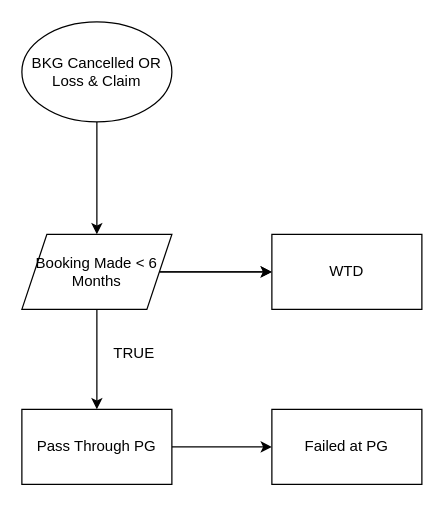
The draw.io diagram Untitled Diagram.drawio in gommtsahil/draw.io, before the edit. Source tidied: cells renumbered, new cells numbered last; positions are measured from the earlier drawing's top-left corner, leaving out a move shared by most shapes. Both pictures are drawn from the tidied source at 125%, with x=0, y=0 at pixel (21, 21).
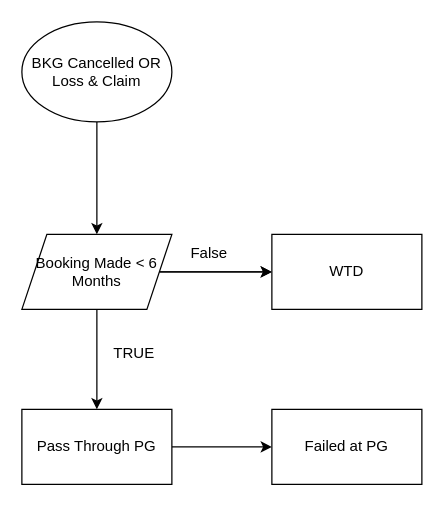
After the change.

What changed in the source:
```diff
@@
 <mxGraphModel>
   <root>
     <mxCell id="0" />
     <mxCell id="1" parent="0" />
     <mxCell id="2" style="edgeStyle=orthogonalEdgeStyle;rounded=0;jettySize=auto;html=1;" parent="1" edge="1" source="3" target="7">
       <mxGeometry relative="1" as="geometry" />
     </mxCell>
     <mxCell id="3" value="&lt;div&gt;BKG Cancelled OR Loss &amp;amp; Claim&lt;/div&gt;" style="ellipse;whiteSpace=wrap;html=1;" parent="1" vertex="1">
       <mxGeometry width="120" height="80" as="geometry" />
     </mxCell>
     <mxCell id="4" style="edgeStyle=orthogonalEdgeStyle;rounded=0;jettySize=auto;html=1;" parent="1" edge="1" source="7" target="9">
       <mxGeometry relative="1" as="geometry" />
     </mxCell>
     <mxCell id="5" style="edgeStyle=orthogonalEdgeStyle;rounded=0;jettySize=auto;html=1;" parent="1" edge="1" source="7">
       <mxGeometry relative="1" as="geometry">
         <mxPoint x="200" y="200" as="targetPoint" />
       </mxGeometry>
     </mxCell>
     <mxCell id="6" style="edgeStyle=orthogonalEdgeStyle;rounded=0;jettySize=auto;html=1;" parent="1" edge="1" source="7" target="12">
       <mxGeometry relative="1" as="geometry" />
     </mxCell>
     <mxCell id="7" value="&lt;div&gt;Booking Made &amp;lt; 6 Months&lt;/div&gt;" style="shape=parallelogram;perimeter=parallelogramPerimeter;whiteSpace=wrap;html=1;fixedSize=1;" parent="1" vertex="1">
       <mxGeometry y="170" width="120" height="60" as="geometry" />
     </mxCell>
     <mxCell id="8" style="edgeStyle=orthogonalEdgeStyle;rounded=0;jettySize=auto;html=1;" parent="1" edge="1" source="9" target="10">
       <mxGeometry relative="1" as="geometry" />
     </mxCell>
     <mxCell id="9" value="Pass Through PG" style="whiteSpace=wrap;html=1;" parent="1" vertex="1">
       <mxGeometry y="310" width="120" height="60" as="geometry" />
     </mxCell>
     <mxCell id="10" value="Failed at PG" style="whiteSpace=wrap;html=1;" parent="1" vertex="1">
       <mxGeometry x="200" y="310" width="120" height="60" as="geometry" />
     </mxCell>
     <mxCell id="11" value="TRUE" style="text;html=1;whiteSpace=wrap;strokeColor=none;fillColor=none;align=center;verticalAlign=middle;rounded=0;" parent="1" vertex="1">
       <mxGeometry x="60" y="250" width="60" height="30" as="geometry" />
     </mxCell>
     <mxCell id="12" value="WTD" style="whiteSpace=wrap;html=1;" parent="1" vertex="1">
       <mxGeometry x="200" y="170" width="120" height="60" as="geometry" />
     </mxCell>
+    <mxCell id="13" value="False" style="text;html=1;whiteSpace=wrap;strokeColor=none;fillColor=none;align=center;verticalAlign=middle;rounded=0;" parent="1" vertex="1">
+      <mxGeometry x="120" y="170" width="60" height="30" as="geometry" />
+    </mxCell>
   </root>
 </mxGraphModel>
```
